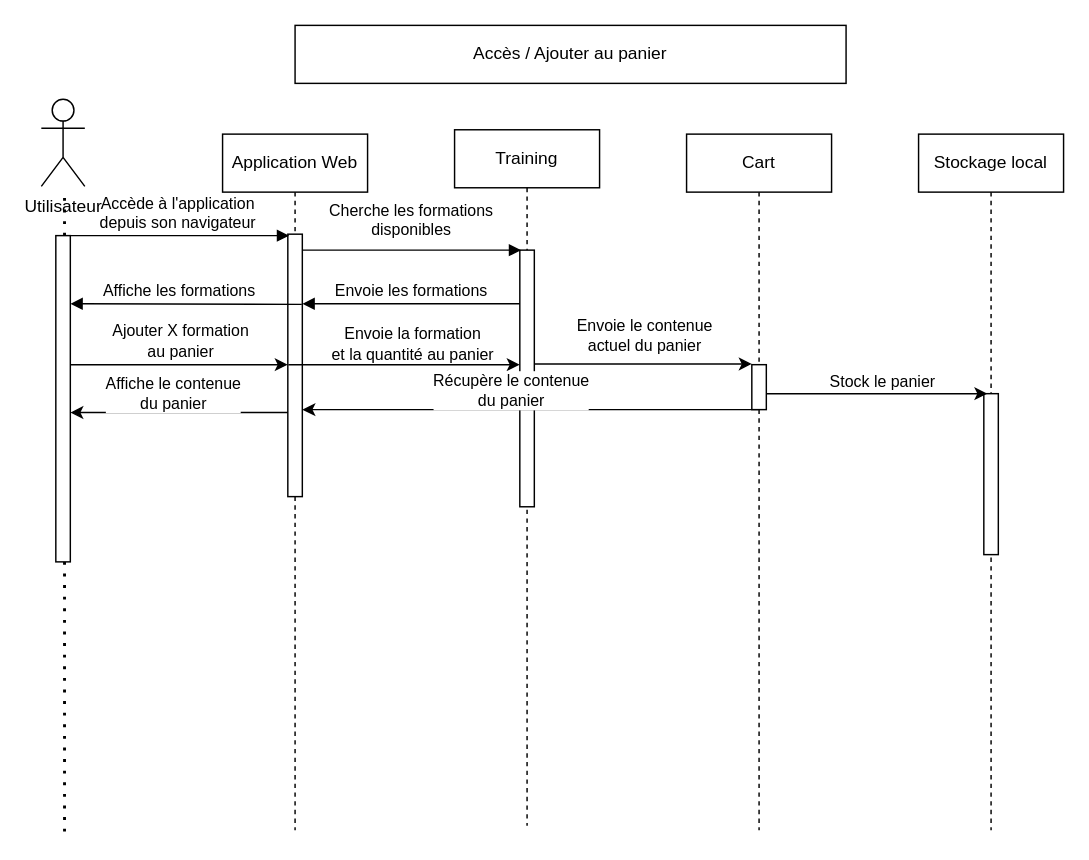
Before: page "Consulter, ajouter au panier" (1 of 2) of trainings-font-app.drawio in xAm64/AngularTest, a draw.io diagram. Source tidied: cells renumbered, new cells numbered last; positions are measured from the earlier drawing's top-left corner, leaving out a move shared by most shapes. Both pictures are drawn from the tidied source at 145%, with x=0, y=0 at pixel (41, 25).
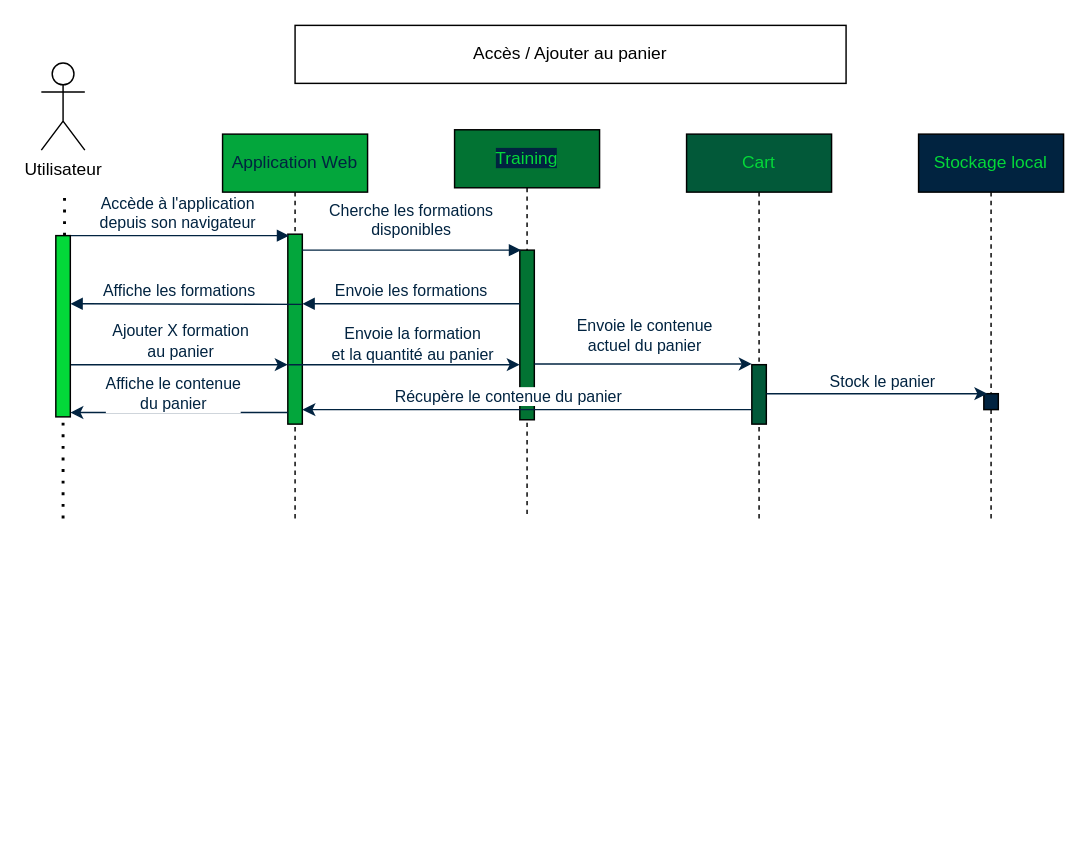
The same page after the edit.

Commit message (it also covers changes not shown here):
Maj diagramme et ajout couleurs

Diff of the diagram source:
```diff
@@
-    <mxCell id="2" value="Application Web" style="shape=umlLifeline;perimeter=lifelinePerimeter;whiteSpace=wrap;html=1;newEdgeStyle={&quot;edgeStyle&quot;:&quot;elbowEdgeStyle&quot;,&quot;elbow&quot;:&quot;vertical&quot;,&quot;curved&quot;:0,&quot;rounded&quot;:0};" parent="1" vertex="1">
-      <mxGeometry x="125" y="75" width="100" height="480" as="geometry" />
+    <mxCell id="2" value="&lt;font color=&quot;#012340&quot;&gt;Application Web&lt;/font&gt;" style="shape=umlLifeline;perimeter=lifelinePerimeter;whiteSpace=wrap;html=1;newEdgeStyle={&quot;edgeStyle&quot;:&quot;elbowEdgeStyle&quot;,&quot;elbow&quot;:&quot;vertical&quot;,&quot;curved&quot;:0,&quot;rounded&quot;:0};fillColor=#03A63C;" parent="1" vertex="1">
+      <mxGeometry x="125" y="75" width="100" height="265" as="geometry" />
     </mxCell>
-    <mxCell id="3" style="html=1;perimeter=orthogonalPerimeter;targetShapes=umlLifeline;newEdgeStyle={&quot;edgeStyle&quot;:&quot;elbowEdgeStyle&quot;,&quot;elbow&quot;:&quot;vertical&quot;,&quot;curved&quot;:0,&quot;rounded&quot;:0};" parent="2" vertex="1">
-      <mxGeometry x="45" y="69" width="10" height="181" as="geometry" />
+    <mxCell id="3" style="html=1;perimeter=orthogonalPerimeter;targetShapes=umlLifeline;newEdgeStyle={&quot;edgeStyle&quot;:&quot;elbowEdgeStyle&quot;,&quot;elbow&quot;:&quot;vertical&quot;,&quot;curved&quot;:0,&quot;rounded&quot;:0};fillColor=#03A63C;" parent="2" vertex="1">
+      <mxGeometry x="45" y="69" width="10" height="131" as="geometry" />
     </mxCell>
-    <mxCell id="4" value="Accède à l'application&lt;br&gt;depuis son navigateur" style="html=1;verticalAlign=bottom;endArrow=block;edgeStyle=elbowEdgeStyle;elbow=horizontal;curved=0;rounded=0;" parent="1" edge="1">
+    <mxCell id="4" value="&lt;font color=&quot;#012340&quot;&gt;Accède à l'application&lt;br&gt;depuis son navigateur&lt;/font&gt;" style="html=1;verticalAlign=bottom;endArrow=block;edgeStyle=elbowEdgeStyle;elbow=horizontal;curved=0;rounded=0;strokeColor=#012340;" parent="1" edge="1">
       <mxGeometry relative="1" as="geometry">
         <mxPoint x="16" y="145" as="sourcePoint" />
         <mxPoint x="171" y="145" as="targetPoint" />
         <Array as="points">
           <mxPoint x="97" y="145" />
         </Array>
       </mxGeometry>
     </mxCell>
-    <mxCell id="5" value="Training" style="shape=umlLifeline;perimeter=lifelinePerimeter;whiteSpace=wrap;html=1;newEdgeStyle={&quot;edgeStyle&quot;:&quot;elbowEdgeStyle&quot;,&quot;elbow&quot;:&quot;vertical&quot;,&quot;curved&quot;:0,&quot;rounded&quot;:0};" parent="1" vertex="1">
-      <mxGeometry x="285" y="72" width="100" height="480" as="geometry" />
+    <mxCell id="5" value="&lt;font style=&quot;background-color: rgb(1, 35, 64);&quot; color=&quot;#04d939&quot;&gt;Training&lt;/font&gt;" style="shape=umlLifeline;perimeter=lifelinePerimeter;whiteSpace=wrap;html=1;newEdgeStyle={&quot;edgeStyle&quot;:&quot;elbowEdgeStyle&quot;,&quot;elbow&quot;:&quot;vertical&quot;,&quot;curved&quot;:0,&quot;rounded&quot;:0};fillColor=#027333;" parent="1" vertex="1">
+      <mxGeometry x="285" y="72" width="100" height="268" as="geometry" />
     </mxCell>
-    <mxCell id="6" style="html=1;points=[];perimeter=orthogonalPerimeter;outlineConnect=0;targetShapes=umlLifeline;portConstraint=eastwest;newEdgeStyle={&quot;edgeStyle&quot;:&quot;elbowEdgeStyle&quot;,&quot;elbow&quot;:&quot;vertical&quot;,&quot;curved&quot;:0,&quot;rounded&quot;:0};" parent="5" vertex="1">
-      <mxGeometry x="45" y="83" width="10" height="177" as="geometry" />
+    <mxCell id="6" style="html=1;points=[];perimeter=orthogonalPerimeter;outlineConnect=0;targetShapes=umlLifeline;portConstraint=eastwest;newEdgeStyle={&quot;edgeStyle&quot;:&quot;elbowEdgeStyle&quot;,&quot;elbow&quot;:&quot;vertical&quot;,&quot;curved&quot;:0,&quot;rounded&quot;:0};fillColor=#027333;" parent="5" vertex="1">
+      <mxGeometry x="45" y="83" width="10" height="117" as="geometry" />
     </mxCell>
-    <mxCell id="7" value="Cart" style="shape=umlLifeline;perimeter=lifelinePerimeter;whiteSpace=wrap;html=1;newEdgeStyle={&quot;edgeStyle&quot;:&quot;elbowEdgeStyle&quot;,&quot;elbow&quot;:&quot;vertical&quot;,&quot;curved&quot;:0,&quot;rounded&quot;:0};" parent="1" vertex="1">
-      <mxGeometry x="445" y="75" width="100" height="480" as="geometry" />
+    <mxCell id="7" value="&lt;font color=&quot;#04d939&quot;&gt;Cart&lt;/font&gt;" style="shape=umlLifeline;perimeter=lifelinePerimeter;whiteSpace=wrap;html=1;newEdgeStyle={&quot;edgeStyle&quot;:&quot;elbowEdgeStyle&quot;,&quot;elbow&quot;:&quot;vertical&quot;,&quot;curved&quot;:0,&quot;rounded&quot;:0};fillColor=#025939;" parent="1" vertex="1">
+      <mxGeometry x="445" y="75" width="100" height="265" as="geometry" />
     </mxCell>
-    <mxCell id="8" style="html=1;points=[];perimeter=orthogonalPerimeter;outlineConnect=0;targetShapes=umlLifeline;portConstraint=eastwest;newEdgeStyle={&quot;edgeStyle&quot;:&quot;elbowEdgeStyle&quot;,&quot;elbow&quot;:&quot;vertical&quot;,&quot;curved&quot;:0,&quot;rounded&quot;:0};" parent="7" vertex="1">
-      <mxGeometry x="45" y="159" width="10" height="31" as="geometry" />
+    <mxCell id="8" style="html=1;points=[];perimeter=orthogonalPerimeter;outlineConnect=0;targetShapes=umlLifeline;portConstraint=eastwest;newEdgeStyle={&quot;edgeStyle&quot;:&quot;elbowEdgeStyle&quot;,&quot;elbow&quot;:&quot;vertical&quot;,&quot;curved&quot;:0,&quot;rounded&quot;:0};fillColor=#025939;" parent="7" vertex="1">
+      <mxGeometry x="45" y="159" width="10" height="41" as="geometry" />
     </mxCell>
-    <mxCell id="9" value="Stockage local" style="shape=umlLifeline;perimeter=lifelinePerimeter;whiteSpace=wrap;html=1;newEdgeStyle={&quot;edgeStyle&quot;:&quot;elbowEdgeStyle&quot;,&quot;elbow&quot;:&quot;vertical&quot;,&quot;curved&quot;:0,&quot;rounded&quot;:0};" parent="1" vertex="1">
-      <mxGeometry x="605" y="75" width="100" height="480" as="geometry" />
+    <mxCell id="9" value="&lt;font color=&quot;#04d939&quot;&gt;Stockage local&lt;/font&gt;" style="shape=umlLifeline;perimeter=lifelinePerimeter;whiteSpace=wrap;html=1;newEdgeStyle={&quot;edgeStyle&quot;:&quot;elbowEdgeStyle&quot;,&quot;elbow&quot;:&quot;vertical&quot;,&quot;curved&quot;:0,&quot;rounded&quot;:0};fillColor=#012340;" parent="1" vertex="1">
+      <mxGeometry x="605" y="75" width="100" height="265" as="geometry" />
     </mxCell>
-    <mxCell id="10" style="html=1;perimeter=orthogonalPerimeter;targetShapes=umlLifeline;newEdgeStyle={&quot;edgeStyle&quot;:&quot;elbowEdgeStyle&quot;,&quot;elbow&quot;:&quot;vertical&quot;,&quot;curved&quot;:0,&quot;rounded&quot;:0};" parent="9" vertex="1">
-      <mxGeometry x="45" y="179" width="10" height="111" as="geometry" />
+    <mxCell id="10" style="html=1;perimeter=orthogonalPerimeter;targetShapes=umlLifeline;newEdgeStyle={&quot;edgeStyle&quot;:&quot;elbowEdgeStyle&quot;,&quot;elbow&quot;:&quot;vertical&quot;,&quot;curved&quot;:0,&quot;rounded&quot;:0};fillColor=#012340;" parent="9" vertex="1">
+      <mxGeometry x="45" y="179" width="10" height="11" as="geometry" />
     </mxCell>
-    <mxCell id="11" value="Envoie les formations" style="html=1;verticalAlign=bottom;endArrow=block;edgeStyle=elbowEdgeStyle;elbow=vertical;curved=0;rounded=0;" parent="1" edge="1">
+    <mxCell id="11" value="&lt;font color=&quot;#012340&quot;&gt;Envoie les formations&lt;/font&gt;" style="html=1;verticalAlign=bottom;endArrow=block;edgeStyle=elbowEdgeStyle;elbow=vertical;curved=0;rounded=0;strokeColor=#012340;" parent="1" edge="1">
       <mxGeometry relative="1" as="geometry">
         <mxPoint x="330" y="192" as="sourcePoint" />
         <mxPoint x="180" y="192" as="targetPoint" />
         <Array as="points">
           <mxPoint x="255" y="192" />
         </Array>
       </mxGeometry>
     </mxCell>
-    <mxCell id="12" style="edgeStyle=elbowEdgeStyle;rounded=0;orthogonalLoop=1;jettySize=auto;html=1;elbow=vertical;curved=0;" parent="1" edge="1">
+    <mxCell id="12" style="edgeStyle=elbowEdgeStyle;rounded=0;orthogonalLoop=1;jettySize=auto;html=1;elbow=vertical;curved=0;strokeColor=#012340;" parent="1" edge="1">
       <mxGeometry relative="1" as="geometry">
         <mxPoint x="20" y="234" as="sourcePoint" />
         <mxPoint x="170" y="233.8" as="targetPoint" />
       </mxGeometry>
     </mxCell>
-    <mxCell id="13" value="Ajouter X formation&lt;br&gt;au panier" style="edgeLabel;html=1;align=center;verticalAlign=middle;" parent="12" vertex="1">
+    <mxCell id="13" value="&lt;font color=&quot;#012340&quot;&gt;Ajouter X formation&lt;br&gt;au panier&lt;/font&gt;" style="edgeLabel;html=1;align=center;verticalAlign=middle;" parent="12" vertex="1">
       <mxGeometry x="-0.13" y="1" relative="1" as="geometry">
         <mxPoint x="10" y="-16" as="offset" />
       </mxGeometry>
     </mxCell>
-    <mxCell id="14" style="edgeStyle=elbowEdgeStyle;rounded=0;jettySize=auto;html=1;elbow=vertical;curved=0;exitX=0.037;exitY=0.497;exitDx=0;exitDy=0;exitPerimeter=0;" parent="1" edge="1" target="6">
+    <mxCell id="14" style="edgeStyle=elbowEdgeStyle;rounded=0;jettySize=auto;html=1;elbow=vertical;curved=0;exitX=0.037;exitY=0.497;exitDx=0;exitDy=0;exitPerimeter=0;strokeColor=#012340;" parent="1" edge="1" target="6">
       <mxGeometry relative="1" as="geometry">
         <mxPoint x="170.4" y="234" as="sourcePoint" />
       </mxGeometry>
     </mxCell>
-    <mxCell id="15" value="Envoie la formation&lt;br&gt;et la quantité au panier" style="edgeLabel;html=1;align=center;verticalAlign=middle;" parent="14" vertex="1">
+    <mxCell id="15" value="&lt;font color=&quot;#012340&quot;&gt;Envoie la formation&lt;br&gt;et la quantité au panier&lt;/font&gt;" style="edgeLabel;html=1;align=center;verticalAlign=middle;" parent="14" vertex="1">
       <mxGeometry x="-0.13" y="1" relative="1" as="geometry">
         <mxPoint x="16" y="-14" as="offset" />
       </mxGeometry>
     </mxCell>
-    <mxCell id="16" style="edgeStyle=elbowEdgeStyle;rounded=0;jettySize=auto;html=1;elbow=vertical;curved=0;" parent="1" edge="1" source="8">
+    <mxCell id="16" style="edgeStyle=elbowEdgeStyle;rounded=0;jettySize=auto;html=1;elbow=vertical;curved=0;strokeColor=#012340;" parent="1" edge="1" source="8">
       <mxGeometry relative="1" as="geometry">
         <mxPoint x="652.5" y="254" as="targetPoint" />
       </mxGeometry>
     </mxCell>
-    <mxCell id="17" value="Stock le panier" style="edgeLabel;html=1;align=center;verticalAlign=middle;" parent="16" vertex="1">
+    <mxCell id="17" value="&lt;font color=&quot;#012340&quot;&gt;Stock le panier&lt;/font&gt;" style="edgeLabel;html=1;align=center;verticalAlign=middle;" parent="16" vertex="1">
       <mxGeometry x="0.22" y="1" relative="1" as="geometry">
         <mxPoint x="-14" y="-8" as="offset" />
       </mxGeometry>
     </mxCell>
     <mxCell id="18" value="Utilisateur" style="shape=umlActor;verticalLabelPosition=bottom;verticalAlign=top;html=1;" parent="1" vertex="1">
-      <mxGeometry y="51" width="30" height="60" as="geometry" />
+      <mxGeometry y="26" width="30" height="60" as="geometry" />
     </mxCell>
@@
     <mxCell id="20" style="endArrow=none;dashed=1;html=1;dashPattern=1 3;strokeWidth=2;rounded=0;" parent="1" edge="1" target="21">
       <mxGeometry relative="1" as="geometry">
-        <mxPoint x="16" y="556" as="sourcePoint" />
+        <mxPoint x="15" y="340" as="sourcePoint" />
       </mxGeometry>
     </mxCell>
-    <mxCell id="21" style="html=1;points=[];perimeter=orthogonalPerimeter;outlineConnect=0;targetShapes=umlLifeline;portConstraint=eastwest;newEdgeStyle={&quot;edgeStyle&quot;:&quot;elbowEdgeStyle&quot;,&quot;elbow&quot;:&quot;vertical&quot;,&quot;curved&quot;:0,&quot;rounded&quot;:0};" parent="1" vertex="1">
-      <mxGeometry x="10" y="145" width="10" height="225" as="geometry" />
+    <mxCell id="21" style="html=1;points=[];perimeter=orthogonalPerimeter;outlineConnect=0;targetShapes=umlLifeline;portConstraint=eastwest;newEdgeStyle={&quot;edgeStyle&quot;:&quot;elbowEdgeStyle&quot;,&quot;elbow&quot;:&quot;vertical&quot;,&quot;curved&quot;:0,&quot;rounded&quot;:0};fillColor=#03d939;" parent="1" vertex="1">
+      <mxGeometry x="10" y="145" width="10" height="125" as="geometry" />
     </mxCell>
-    <mxCell id="22" value="Affiche les formations" style="html=1;verticalAlign=bottom;endArrow=block;edgeStyle=elbowEdgeStyle;elbow=vertical;curved=0;rounded=0;exitX=0.956;exitY=0.273;exitDx=0;exitDy=0;exitPerimeter=0;" parent="1" edge="1">
+    <mxCell id="22" value="&lt;font color=&quot;#012340&quot;&gt;Affiche les formations&lt;/font&gt;" style="html=1;verticalAlign=bottom;endArrow=block;edgeStyle=elbowEdgeStyle;elbow=vertical;curved=0;rounded=0;exitX=0.956;exitY=0.273;exitDx=0;exitDy=0;exitPerimeter=0;strokeColor=#012340;" parent="1" edge="1">
       <mxGeometry x="0.06" relative="1" as="geometry">
         <mxPoint x="179.6" y="192.4" as="sourcePoint" />
         <mxPoint x="20" y="192" as="targetPoint" />
         <Array as="points">
           <mxPoint x="96" y="192" />
         </Array>
       </mxGeometry>
     </mxCell>
-    <mxCell id="23" value="Cherche les formations&lt;br&gt;disponibles" style="html=1;verticalAlign=bottom;endArrow=block;edgeStyle=elbowEdgeStyle;elbow=vertical;curved=0;rounded=0;" parent="1" edge="1">
+    <mxCell id="23" value="&lt;font color=&quot;#012340&quot;&gt;Cherche les formations&lt;br&gt;disponibles&lt;/font&gt;" style="html=1;verticalAlign=bottom;endArrow=block;edgeStyle=elbowEdgeStyle;elbow=vertical;curved=0;rounded=0;strokeColor=#012340;" parent="1" edge="1">
       <mxGeometry x="-0.01" y="5" relative="1" as="geometry">
         <mxPoint x="180" y="155" as="sourcePoint" />
         <mxPoint x="331" y="155" as="targetPoint" />
         <Array as="points">
           <mxPoint x="255" y="155" />
         </Array>
       </mxGeometry>
     </mxCell>
-    <mxCell id="24" style="endArrow=classic;html=1;rounded=0;" parent="1" edge="1">
+    <mxCell id="24" style="endArrow=classic;html=1;rounded=0;strokeColor=#012340;" parent="1" edge="1">
       <mxGeometry relative="1" as="geometry">
         <mxPoint x="340" y="233.5" as="sourcePoint" />
         <mxPoint x="490" y="233.5" as="targetPoint" />
       </mxGeometry>
     </mxCell>
-    <mxCell id="25" value="Envoie le contenue&lt;br&gt;actuel du panier" style="edgeLabel;html=1;align=center;verticalAlign=middle;" parent="24" vertex="1">
+    <mxCell id="25" value="&lt;font color=&quot;#012340&quot;&gt;Envoie le contenue&lt;br&gt;actuel du panier&lt;/font&gt;" style="edgeLabel;html=1;align=center;verticalAlign=middle;" parent="24" vertex="1">
       <mxGeometry x="-0.37" relative="1" as="geometry">
         <mxPoint x="28" y="-20" as="offset" />
       </mxGeometry>
     </mxCell>
@@
-    <mxCell id="27" style="endArrow=classic;html=1;rounded=0;" parent="1" edge="1">
+    <mxCell id="27" style="endArrow=classic;html=1;rounded=0;strokeColor=#012340;" parent="1" edge="1" source="8">
       <mxGeometry relative="1" as="geometry">
-        <mxPoint x="494.5" y="265" as="sourcePoint" />
         <mxPoint x="180" y="265" as="targetPoint" />
       </mxGeometry>
     </mxCell>
-    <mxCell id="28" value="Récupère le contenue&lt;br&gt;du panier" style="edgeLabel;html=1;align=center;verticalAlign=middle;" parent="27" vertex="1">
+    <mxCell id="28" value="&lt;font color=&quot;#012340&quot;&gt;Récupère le contenue du panier&lt;/font&gt;" style="edgeLabel;html=1;align=center;verticalAlign=middle;" parent="27" vertex="1">
       <mxGeometry x="0.12" y="-1" relative="1" as="geometry">
-        <mxPoint x="5" y="-13" as="offset" />
+        <mxPoint x="5" y="-9" as="offset" />
       </mxGeometry>
     </mxCell>
-    <mxCell id="29" style="endArrow=classic;html=1;rounded=0;" parent="1" edge="1">
+    <mxCell id="29" style="endArrow=classic;html=1;rounded=0;strokeColor=#012340;" parent="1" edge="1">
       <mxGeometry relative="1" as="geometry">
         <mxPoint x="170" y="267" as="sourcePoint" />
         <mxPoint x="20" y="267" as="targetPoint" />
       </mxGeometry>
     </mxCell>
-    <mxCell id="30" value="Affiche le contenue&lt;br&gt;du panier" style="edgeLabel;html=1;align=center;verticalAlign=middle;" parent="29" vertex="1">
+    <mxCell id="30" value="&lt;font color=&quot;#012340&quot;&gt;Affiche le contenue&lt;br&gt;du panier&lt;/font&gt;" style="edgeLabel;html=1;align=center;verticalAlign=middle;" parent="29" vertex="1">
       <mxGeometry x="0.12" y="-1" relative="1" as="geometry">
         <mxPoint x="5" y="-13" as="offset" />
       </mxGeometry>
     </mxCell>
```
